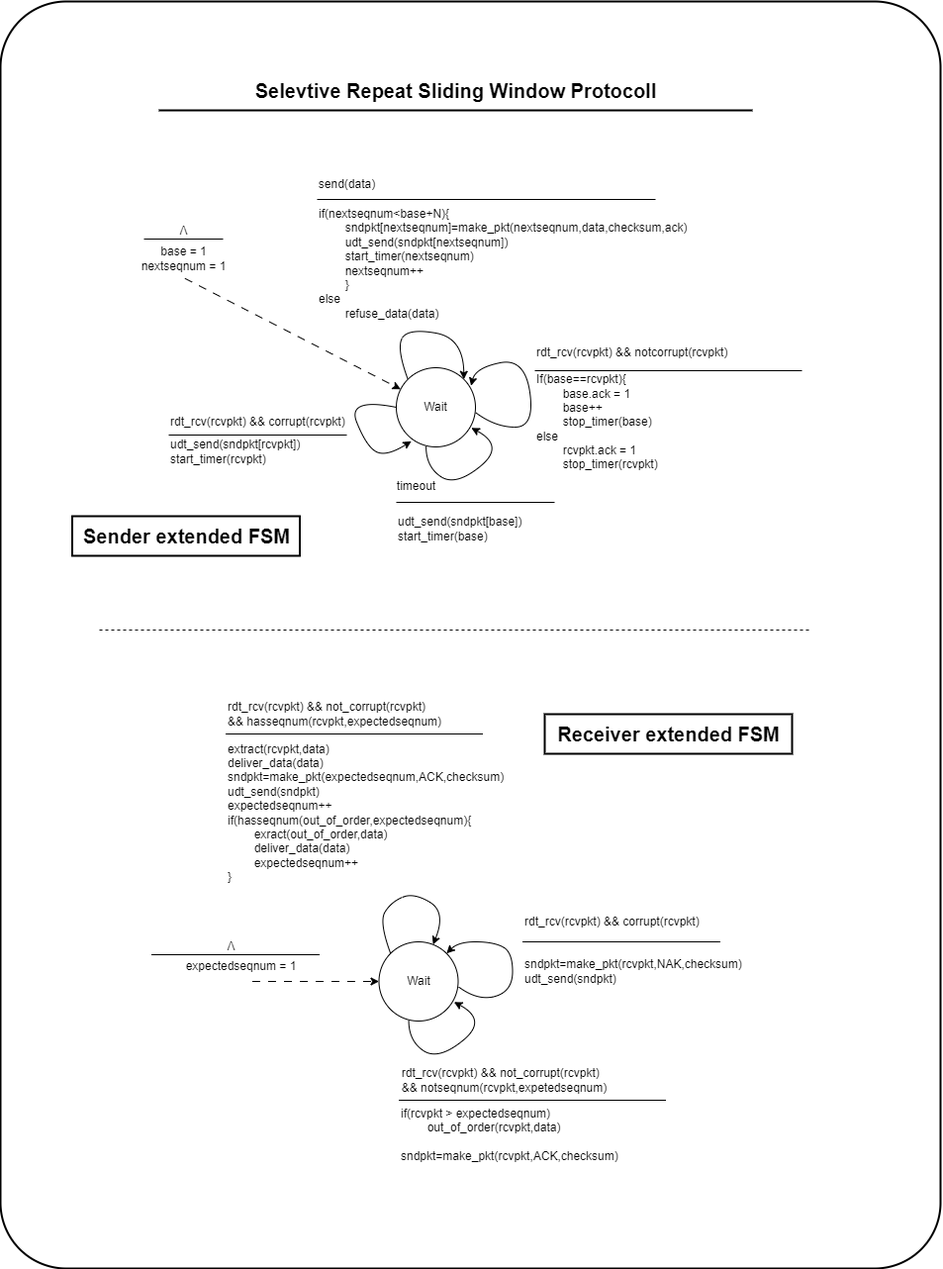
Bugmobil/Datakommunikation-DVA218- keeps this draw.io diagram as Lab 3/Mechanisms/SlidingWindow(SR).png. Above is the earlier version. Source tidied: cells renumbered, new cells last; positions are measured from the earlier drawing's top-left corner, leaving out a move shared by most shapes.
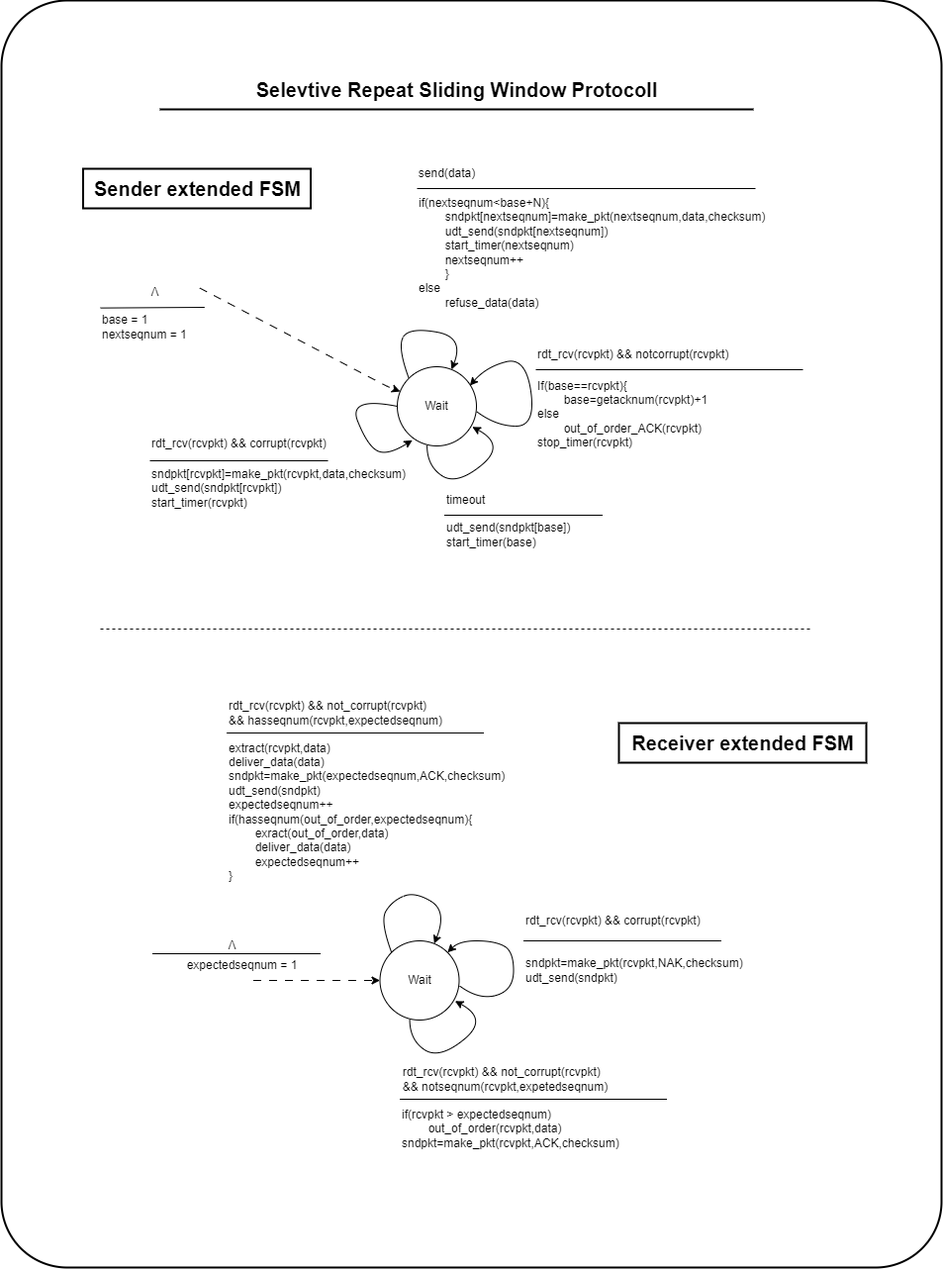
After the commit.

What changed in the source:
```diff
@@ -8,34 +8,34 @@
     <mxCell id="3" value="sndpkt=make_pkt(rcvpkt,NAK,checksum)&lt;br&gt;udt_send(sndpkt)" style="text;html=1;align=left;verticalAlign=middle;" parent="1" vertex="1">
       <mxGeometry x="527.5" y="960" width="240" height="40" as="geometry" />
     </mxCell>
-    <mxCell id="4" value="base = 1&lt;br&gt;nextseqnum = 1" style="text;html=1;align=center;verticalAlign=middle;points=[];labelBackgroundColor=none;" parent="1" vertex="1">
-      <mxGeometry x="130" y="240" width="110" height="40" as="geometry" />
+    <mxCell id="4" value="base = 1&lt;br&gt;nextseqnum = 1" style="text;html=1;align=left;verticalAlign=middle;points=[];labelBackgroundColor=none;" parent="1" vertex="1">
+      <mxGeometry x="100" y="310" width="110" height="40" as="geometry" />
     </mxCell>
     <mxCell id="5" value="rdt_rcv(rcvpkt) &amp;amp;&amp;amp; notcorrupt(rcvpkt)" style="text;html=1;align=left;verticalAlign=middle;fontSize=12;labelBackgroundColor=none;" parent="1" vertex="1">
-      <mxGeometry x="540" y="340" width="220" height="30" as="geometry" />
+      <mxGeometry x="540" y="343" width="220" height="30" as="geometry" />
     </mxCell>
-    <mxCell id="6" value="If(base==rcvpkt){&lt;br&gt;&lt;span style=&quot;white-space: pre;&quot;&gt;&#9;&lt;/span&gt;base.ack = 1&lt;br&gt;&lt;span style=&quot;white-space: pre;&quot;&gt;&#9;&lt;/span&gt;base++&lt;br&gt; &lt;span style=&quot;white-space: pre;&quot;&gt;&#9;&lt;/span&gt;stop_timer(base)&lt;br&gt;else&lt;br&gt; &lt;span style=&quot;white-space: pre;&quot;&gt;&#9;&lt;/span&gt;rcvpkt.ack = 1&lt;br&gt;&lt;span style=&quot;white-space: pre;&quot;&gt;&#9;&lt;/span&gt;stop_timer(rcvpkt)" style="text;html=1;align=left;verticalAlign=middle;fontSize=12;labelBackgroundColor=none;" parent="1" vertex="1">
-      <mxGeometry x="540" y="370" width="150" height="110" as="geometry" />
+    <mxCell id="6" value="If(base==rcvpkt){&lt;br&gt;&lt;span style=&quot;white-space: pre;&quot;&gt;&#9;&lt;/span&gt;base=getacknum(rcvpkt)+1&lt;br&gt;else&lt;br&gt;&lt;span style=&quot;white-space: pre;&quot;&gt;&#9;&lt;/span&gt;out_of_order_ACK(rcvpkt)&lt;br&gt;stop_timer(rcvpkt)" style="text;html=1;align=left;verticalAlign=middle;fontSize=12;labelBackgroundColor=none;" parent="1" vertex="1">
+      <mxGeometry x="540" y="373" width="200" height="90" as="geometry" />
     </mxCell>
-    <mxCell id="7" value="timeout" style="text;html=1;align=center;verticalAlign=middle;fontSize=12;labelBackgroundColor=none;" parent="1" vertex="1">
-      <mxGeometry x="390" y="475" width="60" height="30" as="geometry" />
+    <mxCell id="7" value="timeout" style="text;html=1;align=left;verticalAlign=middle;fontSize=12;labelBackgroundColor=none;" parent="1" vertex="1">
+      <mxGeometry x="447.5" y="490" width="60" height="30" as="geometry" />
     </mxCell>
     <mxCell id="8" value="udt_send(sndpkt[base])&lt;br&gt;start_timer(base)" style="text;html=1;align=left;verticalAlign=middle;fontSize=12;labelBackgroundColor=none;" parent="1" vertex="1">
-      <mxGeometry x="400" y="513" width="150" height="40" as="geometry" />
+      <mxGeometry x="447.5" y="520" width="150" height="40" as="geometry" />
     </mxCell>
     <mxCell id="9" value="Wait" style="ellipse;whiteSpace=wrap;html=1;labelBackgroundColor=none;" parent="1" vertex="1">
       <mxGeometry x="400" y="370" width="80" height="80" as="geometry" />
     </mxCell>
     <mxCell id="10" style="endArrow=none;html=1;labelBackgroundColor=none;" parent="1" edge="1">
       <mxGeometry relative="1" as="geometry">
-        <mxPoint x="320" y="200" as="sourcePoint" />
-        <mxPoint x="662" y="200" as="targetPoint" />
+        <mxPoint x="420" y="190" as="sourcePoint" />
+        <mxPoint x="762" y="190" as="targetPoint" />
       </mxGeometry>
     </mxCell>
-    <mxCell id="11" value="&lt;div&gt;if(nextseqnum&amp;lt;base+N){&lt;/div&gt;&lt;div&gt;&amp;nbsp;&lt;span style=&quot;white-space: pre;&quot;&gt;&#9;&lt;/span&gt;sndpkt[nextseqnum]=make_pkt(nextseqnum,data,checksum,ack)&lt;/div&gt;&lt;div&gt;&amp;nbsp;&lt;span style=&quot;white-space: pre;&quot;&gt;&#9;&lt;/span&gt;udt_send(sndpkt[nextseqnum])&lt;/div&gt;&lt;div&gt;&amp;nbsp;&lt;span style=&quot;white-space: pre;&quot;&gt;&#9;&lt;/span&gt;start_timer(nextseqnum)&lt;/div&gt;&lt;div&gt;&amp;nbsp;&lt;span style=&quot;white-space: pre;&quot;&gt;&#9;&lt;/span&gt;nextseqnum++&lt;/div&gt;&lt;div&gt;&amp;nbsp;&lt;span style=&quot;white-space: pre;&quot;&gt;&#9;&lt;/span&gt;}&lt;/div&gt;&lt;div&gt;else&lt;/div&gt;&lt;div&gt;&amp;nbsp;&lt;span style=&quot;white-space: pre;&quot;&gt;&#9;&lt;/span&gt;refuse_data(data)&lt;/div&gt;" style="text;html=1;align=left;verticalAlign=middle;labelBackgroundColor=none;" parent="1" vertex="1">
-      <mxGeometry x="320" y="200" width="400" height="130" as="geometry" />
+    <mxCell id="11" value="&lt;div&gt;if(nextseqnum&amp;lt;base+N){&lt;/div&gt;&lt;div&gt;&amp;nbsp;&lt;span style=&quot;white-space: pre;&quot;&gt;&#9;&lt;/span&gt;sndpkt[nextseqnum]=make_pkt(nextseqnum,data,checksum)&lt;/div&gt;&lt;div&gt;&amp;nbsp;&lt;span style=&quot;white-space: pre;&quot;&gt;&#9;&lt;/span&gt;udt_send(sndpkt[nextseqnum])&lt;/div&gt;&lt;div&gt;&amp;nbsp;&lt;span style=&quot;white-space: pre;&quot;&gt;&#9;&lt;/span&gt;start_timer(nextseqnum)&lt;/div&gt;&lt;div&gt;&amp;nbsp;&lt;span style=&quot;white-space: pre;&quot;&gt;&#9;&lt;/span&gt;nextseqnum++&lt;/div&gt;&lt;div&gt;&amp;nbsp;&lt;span style=&quot;white-space: pre;&quot;&gt;&#9;&lt;/span&gt;}&lt;/div&gt;&lt;div&gt;else&lt;/div&gt;&lt;div&gt;&amp;nbsp;&lt;span style=&quot;white-space: pre;&quot;&gt;&#9;&lt;/span&gt;refuse_data(data)&lt;/div&gt;" style="text;html=1;align=left;verticalAlign=middle;labelBackgroundColor=none;" parent="1" vertex="1">
+      <mxGeometry x="420" y="190" width="370" height="130" as="geometry" />
     </mxCell>
-    <mxCell id="12" style="curved=1;endArrow=classic;html=1;exitX=0;exitY=0;exitDx=0;exitDy=0;entryX=1;entryY=0;entryDx=0;entryDy=0;labelBackgroundColor=none;" parent="1" edge="1" source="9" target="9">
+    <mxCell id="12" style="curved=1;endArrow=classic;html=1;exitX=0;exitY=0;exitDx=0;exitDy=0;labelBackgroundColor=none;" parent="1" edge="1" source="9" target="9">
       <mxGeometry relative="1" as="geometry">
         <Array as="points">
           <mxPoint x="400" y="350" />
@@ -44,34 +44,32 @@
         </Array>
       </mxGeometry>
     </mxCell>
-    <mxCell id="13" style="endArrow=classic;html=1;exitX=0.513;exitY=0.995;exitDx=0;exitDy=0;exitPerimeter=0;dashed=1;dashPattern=8 8;labelBackgroundColor=none;" parent="1" edge="1" source="4" target="9">
-      <mxGeometry relative="1" as="geometry" />
+    <mxCell id="13" style="endArrow=classic;html=1;exitX=0.211;exitY=0.227;exitDx=0;exitDy=0;exitPerimeter=0;dashed=1;dashPattern=8 8;labelBackgroundColor=none;" parent="1" edge="1" source="2" target="9">
+      <mxGeometry relative="1" as="geometry">
+        <Array as="points">
+          <mxPoint x="390" y="390" />
+        </Array>
+      </mxGeometry>
     </mxCell>
     <mxCell id="14" value="Λ" style="text;html=1;align=center;verticalAlign=middle;labelBackgroundColor=none;" parent="1" vertex="1">
-      <mxGeometry x="170" y="217" width="30" height="30" as="geometry" />
+      <mxGeometry x="140" y="280" width="30" height="30" as="geometry" />
     </mxCell>
-    <mxCell id="15" style="endArrow=none;html=1;strokeWidth=1;labelBackgroundColor=none;" parent="1" edge="1">
-      <mxGeometry relative="1" as="geometry">
-        <mxPoint x="225" y="240" as="sourcePoint" />
-        <mxPoint x="145" y="240" as="targetPoint" />
-      </mxGeometry>
-    </mxCell>
     <mxCell id="16" value="send(data)" style="text;html=1;align=center;verticalAlign=middle;labelBackgroundColor=none;" parent="1" vertex="1">
-      <mxGeometry x="310" y="170" width="80" height="30" as="geometry" />
+      <mxGeometry x="410" y="160" width="80" height="30" as="geometry" />
     </mxCell>
     <mxCell id="17" style="endArrow=none;html=1;strokeWidth=1;fontSize=8;labelBackgroundColor=none;" parent="1" edge="1">
       <mxGeometry relative="1" as="geometry">
-        <mxPoint x="400" y="506" as="sourcePoint" />
-        <mxPoint x="560" y="506" as="targetPoint" />
+        <mxPoint x="447.5" y="520" as="sourcePoint" />
+        <mxPoint x="607.5" y="520" as="targetPoint" />
       </mxGeometry>
     </mxCell>
-    <mxCell id="18" style="curved=1;endArrow=classic;html=1;strokeWidth=1;fontSize=8;exitX=1.005;exitY=0.568;exitDx=0;exitDy=0;entryX=0.945;entryY=0.228;entryDx=0;entryDy=0;entryPerimeter=0;exitPerimeter=0;labelBackgroundColor=none;" parent="1" edge="1" source="9" target="9">
+    <mxCell id="18" style="curved=1;endArrow=classic;html=1;strokeWidth=1;fontSize=8;exitX=1.005;exitY=0.568;exitDx=0;exitDy=0;entryX=0.917;entryY=0.238;entryDx=0;entryDy=0;exitPerimeter=0;labelBackgroundColor=none;entryPerimeter=0;" parent="1" edge="1" source="9" target="9">
       <mxGeometry relative="1" as="geometry">
         <Array as="points">
           <mxPoint x="500" y="430" />
           <mxPoint x="540" y="430" />
           <mxPoint x="530" y="360" />
-          <mxPoint x="480" y="370" />
+          <mxPoint x="490" y="370" />
         </Array>
       </mxGeometry>
     </mxCell>
@@ -91,12 +89,12 @@
       </mxGeometry>
     </mxCell>
     <mxCell id="21" value="rdt_rcv(rcvpkt) &amp;amp;&amp;amp; corrupt(rcvpkt)" style="text;html=1;align=left;verticalAlign=middle;fontSize=12;labelBackgroundColor=none;" parent="1" vertex="1">
-      <mxGeometry x="170" y="410" width="200" height="30" as="geometry" />
+      <mxGeometry x="150" y="433" width="200" height="30" as="geometry" />
     </mxCell>
     <mxCell id="22" style="endArrow=none;html=1;strokeWidth=1;fontSize=8;labelBackgroundColor=none;" parent="1" edge="1">
       <mxGeometry relative="1" as="geometry">
-        <mxPoint x="170" y="438" as="sourcePoint" />
-        <mxPoint x="350" y="438" as="targetPoint" />
+        <mxPoint x="150" y="465" as="sourcePoint" />
+        <mxPoint x="330" y="465" as="targetPoint" />
       </mxGeometry>
     </mxCell>
     <mxCell id="23" style="curved=1;endArrow=classic;html=1;exitX=0;exitY=0.5;exitDx=0;exitDy=0;entryX=0.19;entryY=0.928;entryDx=0;entryDy=0;entryPerimeter=0;labelBackgroundColor=none;" parent="1" edge="1" source="9" target="9">
@@ -108,8 +106,8 @@
         </Array>
       </mxGeometry>
     </mxCell>
-    <mxCell id="24" value="udt_send(sndpkt[rcvpkt])&lt;br&gt;start_timer(rcvpkt)" style="text;html=1;align=left;verticalAlign=middle;" parent="1" vertex="1">
-      <mxGeometry x="170" y="435" width="150" height="40" as="geometry" />
+    <mxCell id="24" value="sndpkt[rcvpkt]=make_pkt(rcvpkt,data,checksum)&lt;br&gt;udt_send(sndpkt[rcvpkt])&lt;br&gt;start_timer(rcvpkt)" style="text;html=1;align=left;verticalAlign=middle;" parent="1" vertex="1">
+      <mxGeometry x="150" y="463" width="280" height="60" as="geometry" />
     </mxCell>
     <mxCell id="25" style="curved=1;endArrow=classic;html=1;strokeWidth=1;fontSize=8;exitX=1.005;exitY=0.568;exitDx=0;exitDy=0;entryX=1;entryY=0;entryDx=0;entryDy=0;exitPerimeter=0;labelBackgroundColor=none;" parent="1" edge="1" target="28">
       <mxGeometry relative="1" as="geometry">
@@ -188,8 +186,8 @@
         <mxPoint x="672.5" y="1110" as="targetPoint" />
       </mxGeometry>
     </mxCell>
-    <mxCell id="38" value="if(rcvpkt &amp;gt; expectedseqnum)&lt;br&gt;&lt;span style=&quot;white-space: pre;&quot;&gt;&#9;&lt;/span&gt;out_of_order(rcvpkt,data)&lt;br&gt;&lt;br&gt;sndpkt=make_pkt(rcvpkt,ACK,checksum)" style="text;html=1;align=left;verticalAlign=middle;" parent="1" vertex="1">
-      <mxGeometry x="402.5" y="1110" width="240" height="70" as="geometry" />
+    <mxCell id="38" value="if(rcvpkt &amp;gt; expectedseqnum)&lt;br&gt;&lt;span style=&quot;white-space: pre;&quot;&gt;&#9;&lt;/span&gt;out_of_order(rcvpkt,data)&lt;br&gt;sndpkt=make_pkt(rcvpkt,ACK,checksum)" style="text;html=1;align=left;verticalAlign=middle;" parent="1" vertex="1">
+      <mxGeometry x="402.5" y="1110" width="240" height="60" as="geometry" />
     </mxCell>
     <mxCell id="39" value="expectedseqnum = 1" style="text;html=1;align=center;verticalAlign=middle;" parent="1" vertex="1">
       <mxGeometry x="172.5" y="960" width="140" height="30" as="geometry" />
@@ -201,7 +199,7 @@
       </mxGeometry>
     </mxCell>
     <mxCell id="41" value="Receiver extended FSM" style="text;html=1;align=center;verticalAlign=middle;fontSize=20;fontStyle=1;perimeterSpacing=0;strokeWidth=2;strokeColor=default;" parent="1" vertex="1">
-      <mxGeometry x="550" y="720" width="250" height="40" as="geometry" />
+      <mxGeometry x="624" y="730" width="250" height="40" as="geometry" />
     </mxCell>
     <mxCell id="42" value="Selevtive Repeat Sliding Window Protocoll" style="text;html=1;align=center;verticalAlign=middle;fontSize=20;fontStyle=1;perimeterSpacing=0;strokeWidth=1;" parent="1" vertex="1">
       <mxGeometry x="245" y="70" width="430" height="40" as="geometry" />
@@ -213,10 +211,16 @@
       </mxGeometry>
     </mxCell>
     <mxCell id="44" value="Sender extended FSM" style="text;html=1;align=center;verticalAlign=middle;fontSize=20;fontStyle=1;perimeterSpacing=0;strokeWidth=2;strokeColor=default;" parent="1" vertex="1">
-      <mxGeometry x="72.5" y="520" width="230" height="40" as="geometry" />
+      <mxGeometry x="82.5" y="170" width="230" height="40" as="geometry" />
     </mxCell>
     <mxCell id="45" value="&lt;div style=&quot;text-align: left;&quot;&gt;&lt;span style=&quot;background-color: initial;&quot;&gt;rdt_rcv(rcvpkt) &amp;amp;&amp;amp; not_corrupt(rcvpkt)&lt;/span&gt;&lt;/div&gt;&lt;div style=&quot;text-align: left;&quot;&gt;&lt;span style=&quot;background-color: initial;&quot;&gt;&amp;amp;&amp;amp; notseqnum(rcvpkt,expetedseqnum)&lt;/span&gt;&lt;/div&gt;" style="text;html=1;align=center;verticalAlign=middle;strokeColor=none;fillColor=none;" parent="1" vertex="1">
       <mxGeometry x="394" y="1070" width="230" height="40" as="geometry" />
     </mxCell>
+    <mxCell id="46" style="endArrow=none;html=1;strokeWidth=1;labelBackgroundColor=none;entryX=0.126;entryY=0.188;entryDx=0;entryDy=0;entryPerimeter=0;" parent="1" edge="1">
+      <mxGeometry relative="1" as="geometry">
+        <mxPoint x="205.3" y="310" as="sourcePoint" />
+        <mxPoint x="100" y="310.6" as="targetPoint" />
+      </mxGeometry>
+    </mxCell>
   </root>
 </mxGraphModel>
```
